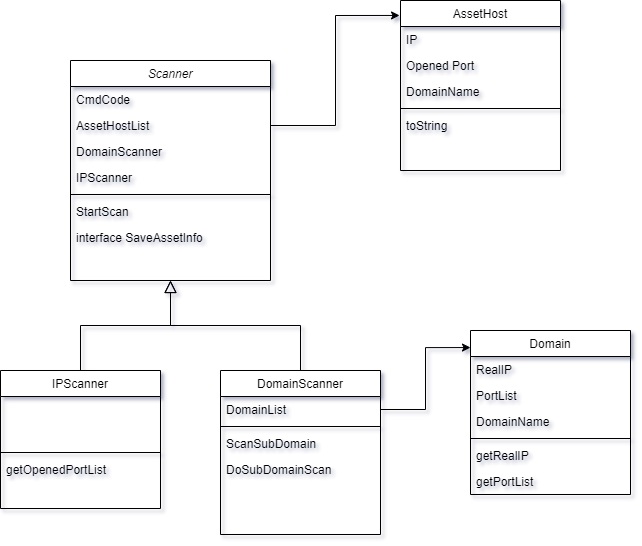
Earlier version of the draw.io export img/详细设计_扫描类图.png (Greetdawn/poodlescan). Source tidied: cells renumbered, new cells last; positions are measured from the earlier drawing's top-left corner, leaving out a move shared by most shapes.
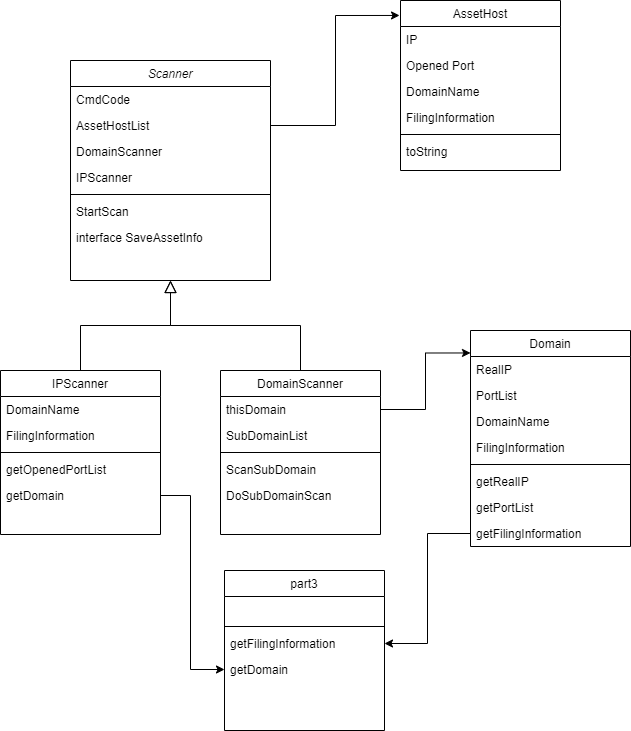
After the change.

Change to the diagram source:
```diff
@@ -27,37 +27,43 @@
       <mxGeometry y="164" width="200" height="26" as="geometry" />
     </mxCell>
     <mxCell id="10" value="IPScanner" style="swimlane;fontStyle=0;align=center;verticalAlign=top;horizontal=1;startSize=26;rounded=0;shadow=0;strokeWidth=1;" parent="1" vertex="1">
-      <mxGeometry y="370" width="160" height="138" as="geometry" />
+      <mxGeometry y="370" width="160" height="164" as="geometry" />
     </mxCell>
-    <mxCell id="11" value=" " style="text;align=left;verticalAlign=top;spacingLeft=4;spacingRight=4;overflow=hidden;" parent="10" vertex="1">
-      <mxGeometry y="26" width="160" height="26" as="geometry" />
-    </mxCell>
-    <mxCell id="12" value=" " style="text;align=left;verticalAlign=top;spacingLeft=4;spacingRight=4;overflow=hidden;rounded=0;shadow=0;html=0;" parent="10" vertex="1">
-      <mxGeometry y="52" width="160" height="26" as="geometry" />
-    </mxCell>
+    <mxCell id="37" value="DomainName" style="text;align=left;verticalAlign=top;spacingLeft=4;spacingRight=4;overflow=hidden;" parent="10" vertex="1">
+      <mxGeometry y="26" width="160" height="26" as="geometry" />
+    </mxCell>
+    <mxCell id="38" value="FilingInformation" style="text;align=left;verticalAlign=top;spacingLeft=4;spacingRight=4;overflow=hidden;" parent="10" vertex="1">
+      <mxGeometry y="52" width="160" height="26" as="geometry" />
+    </mxCell>
     <mxCell id="13" style="line;html=1;strokeWidth=1;align=left;verticalAlign=middle;spacingTop=-1;spacingLeft=3;spacingRight=3;labelPosition=right;" parent="10" vertex="1">
       <mxGeometry y="78" width="160" height="8" as="geometry" />
     </mxCell>
     <mxCell id="14" value="getOpenedPortList" style="text;align=left;verticalAlign=top;spacingLeft=4;spacingRight=4;overflow=hidden;" parent="10" vertex="1">
       <mxGeometry y="86" width="160" height="26" as="geometry" />
     </mxCell>
+    <mxCell id="39" value="getDomain" style="text;align=left;verticalAlign=top;spacingLeft=4;spacingRight=4;overflow=hidden;points=[[0,0.5],[1,0.5]];portConstraint=eastwest;" parent="10" vertex="1">
+      <mxGeometry y="112" width="160" height="26" as="geometry" />
+    </mxCell>
     <mxCell id="15" style="endArrow=block;endSize=10;endFill=0;shadow=0;strokeWidth=1;rounded=0;edgeStyle=elbowEdgeStyle;elbow=vertical;" parent="1" edge="1" source="10" target="2">
       <mxGeometry relative="1" as="geometry" />
     </mxCell>
     <mxCell id="16" value="DomainScanner" style="swimlane;fontStyle=0;align=center;verticalAlign=top;horizontal=1;startSize=26;rounded=0;shadow=0;strokeWidth=1;" parent="1" vertex="1">
       <mxGeometry x="220" y="370" width="160" height="164" as="geometry" />
     </mxCell>
-    <mxCell id="17" value="DomainList" style="text;align=left;verticalAlign=top;spacingLeft=4;spacingRight=4;overflow=hidden;points=[[0,0.5],[1,0.5]];portConstraint=eastwest;" parent="16" vertex="1">
+    <mxCell id="17" value="thisDomain" style="text;align=left;verticalAlign=top;spacingLeft=4;spacingRight=4;overflow=hidden;points=[[0,0.5],[1,0.5]];portConstraint=eastwest;" parent="16" vertex="1">
       <mxGeometry y="26" width="160" height="26" as="geometry" />
     </mxCell>
+    <mxCell id="40" value="SubDomainList" style="text;align=left;verticalAlign=top;spacingLeft=4;spacingRight=4;overflow=hidden;" parent="16" vertex="1">
+      <mxGeometry y="52" width="160" height="26" as="geometry" />
+    </mxCell>
     <mxCell id="18" style="line;html=1;strokeWidth=1;align=left;verticalAlign=middle;spacingTop=-1;spacingLeft=3;spacingRight=3;labelPosition=right;" parent="16" vertex="1">
-      <mxGeometry y="52" width="160" height="8" as="geometry" />
+      <mxGeometry y="78" width="160" height="8" as="geometry" />
     </mxCell>
     <mxCell id="19" value="ScanSubDomain" style="text;align=left;verticalAlign=top;spacingLeft=4;spacingRight=4;overflow=hidden;" parent="16" vertex="1">
-      <mxGeometry y="60" width="160" height="26" as="geometry" />
+      <mxGeometry y="86" width="160" height="26" as="geometry" />
     </mxCell>
     <mxCell id="20" value="DoSubDomainScan" style="text;align=left;verticalAlign=top;spacingLeft=4;spacingRight=4;overflow=hidden;" parent="16" vertex="1">
-      <mxGeometry y="86" width="160" height="26" as="geometry" />
+      <mxGeometry y="112" width="160" height="26" as="geometry" />
     </mxCell>
     <mxCell id="21" style="endArrow=block;endSize=10;endFill=0;shadow=0;strokeWidth=1;rounded=0;edgeStyle=elbowEdgeStyle;elbow=vertical;" parent="1" edge="1" source="16" target="2">
       <mxGeometry relative="1" as="geometry" />
@@ -74,14 +80,20 @@
     <mxCell id="25" value="DomainName" style="text;align=left;verticalAlign=top;spacingLeft=4;spacingRight=4;overflow=hidden;rounded=0;shadow=0;html=0;" parent="22" vertex="1">
       <mxGeometry y="78" width="160" height="26" as="geometry" />
     </mxCell>
+    <mxCell id="41" value="FilingInformation" style="text;align=left;verticalAlign=top;spacingLeft=4;spacingRight=4;overflow=hidden;rounded=0;shadow=0;html=0;" parent="22" vertex="1">
+      <mxGeometry y="104" width="160" height="26" as="geometry" />
+    </mxCell>
     <mxCell id="26" style="line;html=1;strokeWidth=1;align=left;verticalAlign=middle;spacingTop=-1;spacingLeft=3;spacingRight=3;labelPosition=right;" parent="22" vertex="1">
-      <mxGeometry y="104" width="160" height="8" as="geometry" />
+      <mxGeometry y="130" width="160" height="8" as="geometry" />
     </mxCell>
     <mxCell id="27" value="toString" style="text;align=left;verticalAlign=top;spacingLeft=4;spacingRight=4;overflow=hidden;rounded=0;shadow=0;html=0;" parent="22" vertex="1">
-      <mxGeometry y="112" width="160" height="26" as="geometry" />
+      <mxGeometry y="138" width="160" height="26" as="geometry" />
     </mxCell>
+    <mxCell id="42" style="edgeStyle=orthogonalEdgeStyle;rounded=0;jettySize=auto;html=1;" parent="1" edge="1" source="44" target="47">
+      <mxGeometry relative="1" as="geometry" />
+    </mxCell>
     <mxCell id="28" value="Domain" style="swimlane;fontStyle=0;align=center;verticalAlign=top;horizontal=1;startSize=26;rounded=0;shadow=0;strokeWidth=1;" parent="1" vertex="1">
-      <mxGeometry x="470" y="330" width="160" height="164" as="geometry" />
+      <mxGeometry x="470" y="330" width="160" height="216" as="geometry" />
     </mxCell>
     <mxCell id="29" value="RealIP&#10;" style="text;align=left;verticalAlign=top;spacingLeft=4;spacingRight=4;overflow=hidden;" parent="28" vertex="1">
       <mxGeometry y="26" width="160" height="26" as="geometry" />
@@ -92,20 +104,49 @@
     <mxCell id="31" value="DomainName" style="text;align=left;verticalAlign=top;spacingLeft=4;spacingRight=4;overflow=hidden;" parent="28" vertex="1">
       <mxGeometry y="78" width="160" height="26" as="geometry" />
     </mxCell>
+    <mxCell id="43" value="FilingInformation" style="text;align=left;verticalAlign=top;spacingLeft=4;spacingRight=4;overflow=hidden;" parent="28" vertex="1">
+      <mxGeometry y="104" width="160" height="26" as="geometry" />
+    </mxCell>
     <mxCell id="32" style="line;html=1;strokeWidth=1;align=left;verticalAlign=middle;spacingTop=-1;spacingLeft=3;spacingRight=3;labelPosition=right;" parent="28" vertex="1">
-      <mxGeometry y="104" width="160" height="8" as="geometry" />
+      <mxGeometry y="130" width="160" height="8" as="geometry" />
     </mxCell>
     <mxCell id="33" value="getRealIP" style="text;align=left;verticalAlign=top;spacingLeft=4;spacingRight=4;overflow=hidden;" parent="28" vertex="1">
-      <mxGeometry y="112" width="160" height="26" as="geometry" />
+      <mxGeometry y="138" width="160" height="26" as="geometry" />
     </mxCell>
     <mxCell id="34" value="getPortList" style="text;align=left;verticalAlign=top;spacingLeft=4;spacingRight=4;overflow=hidden;" parent="28" vertex="1">
-      <mxGeometry y="138" width="160" height="26" as="geometry" />
+      <mxGeometry y="164" width="160" height="26" as="geometry" />
     </mxCell>
+    <mxCell id="44" value="getFilingInformation" style="text;align=left;verticalAlign=top;spacingLeft=4;spacingRight=4;overflow=hidden;points=[[0,0.5],[1,0.5]];portConstraint=eastwest;" parent="28" vertex="1">
+      <mxGeometry y="190" width="160" height="26" as="geometry" />
+    </mxCell>
     <mxCell id="35" style="edgeStyle=orthogonalEdgeStyle;rounded=0;jettySize=auto;html=1;entryX=-0.006;entryY=0.088;entryDx=0;entryDy=0;entryPerimeter=0;" parent="1" edge="1" source="4" target="22">
       <mxGeometry relative="1" as="geometry" />
     </mxCell>
     <mxCell id="36" style="edgeStyle=orthogonalEdgeStyle;rounded=0;jettySize=auto;html=1;entryX=0;entryY=0.104;entryDx=0;entryDy=0;entryPerimeter=0;" parent="1" edge="1" source="17" target="28">
       <mxGeometry relative="1" as="geometry" />
     </mxCell>
+    <mxCell id="45" value="part3" style="swimlane;fontStyle=0;align=center;verticalAlign=top;horizontal=1;startSize=26;rounded=0;shadow=0;strokeWidth=1;" parent="1" vertex="1">
+      <mxGeometry x="224" y="570" width="160" height="160" as="geometry" />
+    </mxCell>
+    <mxCell id="11" value=" " style="text;align=left;verticalAlign=top;spacingLeft=4;spacingRight=4;overflow=hidden;" parent="45" vertex="1">
+      <mxGeometry y="26" width="160" height="26" as="geometry" />
+    </mxCell>
+    <mxCell id="46" style="line;html=1;strokeWidth=1;align=left;verticalAlign=middle;spacingTop=-1;spacingLeft=3;spacingRight=3;labelPosition=right;" parent="45" vertex="1">
+      <mxGeometry y="52" width="160" height="8" as="geometry" />
+    </mxCell>
+    <mxCell id="47" value="getFilingInformation" style="text;align=left;verticalAlign=top;spacingLeft=4;spacingRight=4;overflow=hidden;points=[[0,0.5],[1,0.5]];portConstraint=eastwest;" parent="45" vertex="1">
+      <mxGeometry y="60" width="160" height="26" as="geometry" />
+    </mxCell>
+    <mxCell id="48" value="getDomain" style="text;align=left;verticalAlign=top;spacingLeft=4;spacingRight=4;overflow=hidden;points=[[0,0.5],[1,0.5]];portConstraint=eastwest;" parent="45" vertex="1">
+      <mxGeometry y="86" width="160" height="26" as="geometry" />
+    </mxCell>
+    <mxCell id="49" style="edgeStyle=orthogonalEdgeStyle;rounded=0;jettySize=auto;html=1;" parent="1" edge="1" source="39" target="48">
+      <mxGeometry relative="1" as="geometry">
+        <Array as="points">
+          <mxPoint x="190" y="495" />
+          <mxPoint x="190" y="669" />
+        </Array>
+      </mxGeometry>
+    </mxCell>
   </root>
 </mxGraphModel>
```
